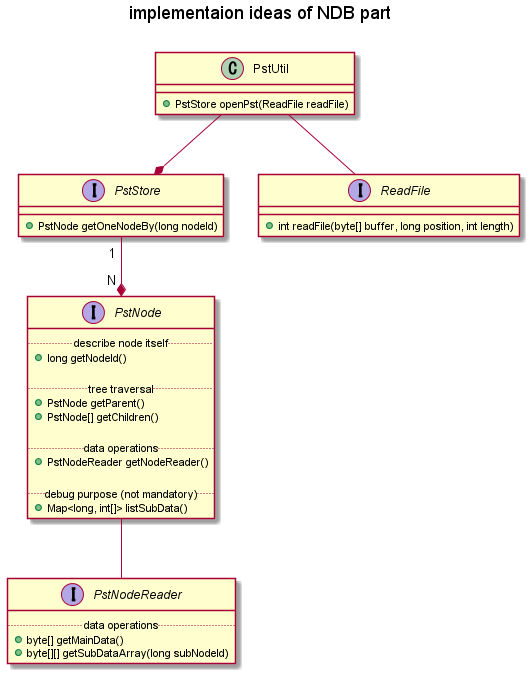
Before: out/plantuml/base/schematic.png, a diagram exported from PlantUML (Kris-LIBIS/ruby-msg). Source of this version:
```plantuml
@startuml schematic
title implementaion ideas of NDB part\n

class PstUtil {
    + PstStore openPst(ReadFile readFile)
}

interface PstStore {
    + PstNode getOneNodeBy(long nodeId)
}

interface PstNode {
    .. describe node itself ..
    + long getNodeId()

    .. tree traversal ..
    + PstNode getParent()
    + PstNode[] getChildren()

    .. data operations ..
    + PstNodeReader getNodeReader()

    .. debug purpose (not mandatory) ..
    + Map<long, int[]> listSubData()
}

interface PstNodeReader {
    .. data operations ..
    + byte[] getMainData()
    + byte[][] getSubDataArray(long subNodeId)
}

PstUtil --* PstStore
PstUtil -- ReadFile
PstStore " 1 " --* " N " PstNode
PstNode -- PstNodeReader

interface ReadFile {
    + int readFile(byte[] buffer, long position, int length)
}

@enduml
```
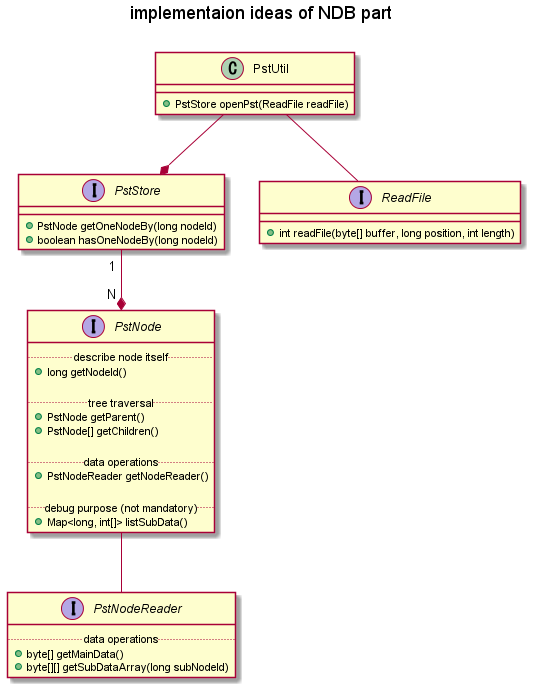
The same diagram one commit later.

Commit message:
Adding possibility to check existence of nodeId

Change to the diagram source:
```diff
@@ -7,6 +7,7 @@
 
 interface PstStore {
     + PstNode getOneNodeBy(long nodeId)
+    + boolean hasOneNodeBy(long nodeId)
 }
 
 interface PstNode {
```
